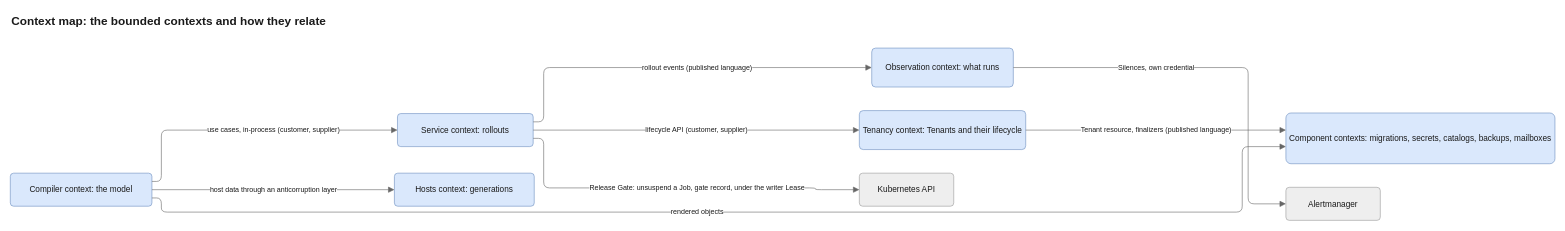
Before: docs/diagrams/src/context-map.drawio in JorisJonkers-dev/estate-kit, a draw.io diagram. Source tidied: cells renumbered, new cells numbered last; positions are measured from the earlier drawing's top-left corner, leaving out a move shared by most shapes. Both pictures are drawn from the tidied source at 59%, with x=0, y=0 at pixel (10, 10).
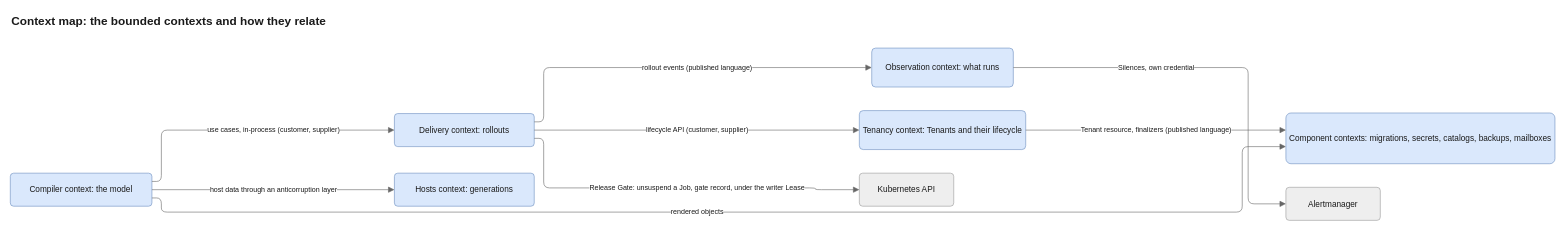
The same page after the edit.

The change refers to these unchanged cells:
```xml
<mxCell id="2" value="Compiler context: the model" style="rounded=1;arcSize=10;html=1;whiteSpace=wrap;fontSize=14;fontColor=light-dark(#1a1a1a,#e8e8e8);fillColor=light-dark(#dae8fc,#1f3a5f);strokeColor=light-dark(#6c8ebf,#7aa7e0);fontFamily=Helvetica;" parent="1" vertex="1">
  <mxGeometry y="276" width="240" height="56" as="geometry" />
</mxCell>
<mxCell id="4" value="Observation context: what runs" style="rounded=1;arcSize=10;html=1;whiteSpace=wrap;fontSize=14;fontColor=light-dark(#1a1a1a,#e8e8e8);fillColor=light-dark(#dae8fc,#1f3a5f);strokeColor=light-dark(#6c8ebf,#7aa7e0);fontFamily=Helvetica;" parent="1" vertex="1">
  <mxGeometry x="1460" y="64" width="240" height="66" as="geometry" />
</mxCell>
<mxCell id="7" value="Tenancy context: Tenants and their lifecycle" style="rounded=1;arcSize=10;html=1;whiteSpace=wrap;fontSize=14;fontColor=light-dark(#1a1a1a,#e8e8e8);fillColor=light-dark(#dae8fc,#1f3a5f);strokeColor=light-dark(#6c8ebf,#7aa7e0);fontFamily=Helvetica;" parent="1" vertex="1">
  <mxGeometry x="1439" y="170" width="282" height="66" as="geometry" />
</mxCell>
<mxCell id="14" value="Kubernetes API" style="rounded=1;arcSize=10;html=1;whiteSpace=wrap;fontSize=14;fontColor=light-dark(#1a1a1a,#e8e8e8);fillColor=light-dark(#eeeeee,#303030);strokeColor=light-dark(#999999,#8a8a8a);fontFamily=Helvetica;" parent="1" vertex="1">
  <mxGeometry x="1439" y="276" width="160" height="56" as="geometry" />
</mxCell>
```

What changed in the source:
```diff
@@
-    <mxCell id="3" value="Service context: rollouts" style="rounded=1;arcSize=10;html=1;whiteSpace=wrap;fontSize=14;fontColor=light-dark(#1a1a1a,#e8e8e8);fillColor=light-dark(#dae8fc,#1f3a5f);strokeColor=light-dark(#6c8ebf,#7aa7e0);fontFamily=Helvetica;" parent="1" vertex="1">
-      <mxGeometry x="656.2" y="175" width="230" height="56" as="geometry" />
+    <mxCell id="3" value="Delivery context: rollouts" style="rounded=1;arcSize=10;html=1;whiteSpace=wrap;fontSize=14;fontColor=light-dark(#1a1a1a,#e8e8e8);fillColor=light-dark(#dae8fc,#1f3a5f);strokeColor=light-dark(#6c8ebf,#7aa7e0);fontFamily=Helvetica;" parent="1" vertex="1">
+      <mxGeometry x="651" y="175" width="237" height="56" as="geometry" />
     </mxCell>
@@
     <mxCell id="8" value="use cases, in-process (customer, supplier)" style="html=1;rounded=1;fontSize=14;fontSize=12;fontColor=light-dark(#1a1a1a,#e8e8e8);strokeColor=light-dark(#666666,#a8a8a8);endArrow=block;endFill=1;endSize=8;curved=0;exitX=1;exitY=0.25;entryX=0;entryY=0.5;edgeStyle=orthogonalEdgeStyle;fontFamily=Helvetica;labelBackgroundColor=light-dark(#ffffff,#1e1e1e);" parent="1" edge="1" source="2" target="3">
       <mxGeometry relative="1" as="geometry">
         <Array as="points">
           <mxPoint x="256" y="290" />
           <mxPoint x="256" y="203" />
         </Array>
-        <mxPoint x="40.9" as="offset" />
+        <mxPoint x="43.5" as="offset" />
       </mxGeometry>
     </mxCell>
     <mxCell id="9" value="rollout events (published language)" style="html=1;rounded=1;fontSize=14;fontSize=12;fontColor=light-dark(#1a1a1a,#e8e8e8);strokeColor=light-dark(#666666,#a8a8a8);endArrow=block;endFill=1;endSize=8;curved=0;exitX=1;exitY=0.25;entryX=0;entryY=0.5;edgeStyle=orthogonalEdgeStyle;fontFamily=Helvetica;labelBackgroundColor=light-dark(#ffffff,#1e1e1e);" parent="1" edge="1" source="3" target="4">
       <mxGeometry relative="1" as="geometry">
         <Array as="points">
           <mxPoint x="904" y="189" />
           <mxPoint x="904" y="97" />
         </Array>
-        <mxPoint x="36.4" as="offset" />
+        <mxPoint x="35.5" as="offset" />
       </mxGeometry>
     </mxCell>
@@
     <mxCell id="12" value="lifecycle API (customer, supplier)" style="html=1;rounded=1;fontSize=14;fontSize=12;fontColor=light-dark(#1a1a1a,#e8e8e8);strokeColor=light-dark(#666666,#a8a8a8);endArrow=block;endFill=1;endSize=8;curved=0;exitX=1;exitY=0.5;entryX=0;entryY=0.5;edgeStyle=orthogonalEdgeStyle;fontFamily=Helvetica;labelBackgroundColor=light-dark(#ffffff,#1e1e1e);" parent="1" edge="1" source="3" target="7">
       <mxGeometry relative="1" as="geometry">
         <Array as="points">
-          <mxPoint x="1162.6" y="203" />
+          <mxPoint x="1163.5" y="203" />
         </Array>
-        <mxPoint x="0.9" as="offset" />
       </mxGeometry>
     </mxCell>
@@
     <mxCell id="16" value="Release Gate: unsuspend a Job, gate record, under the writer Lease" style="html=1;rounded=1;fontSize=14;fontSize=12;fontColor=light-dark(#1a1a1a,#e8e8e8);strokeColor=light-dark(#666666,#a8a8a8);endArrow=block;endFill=1;endSize=8;curved=0;exitX=1;exitY=0.75;entryX=0;entryY=0.5;edgeStyle=orthogonalEdgeStyle;fontFamily=Helvetica;labelBackgroundColor=light-dark(#ffffff,#1e1e1e);" parent="1" edge="1" source="3" target="14">
       <mxGeometry relative="1" as="geometry">
         <Array as="points">
           <mxPoint x="904" y="217" />
           <mxPoint x="904" y="301" />
           <mxPoint x="1365" y="301" />
           <mxPoint x="1365" y="304" />
         </Array>
-        <mxPoint x="41.4" as="offset" />
+        <mxPoint x="40.5" as="offset" />
       </mxGeometry>
     </mxCell>
```
